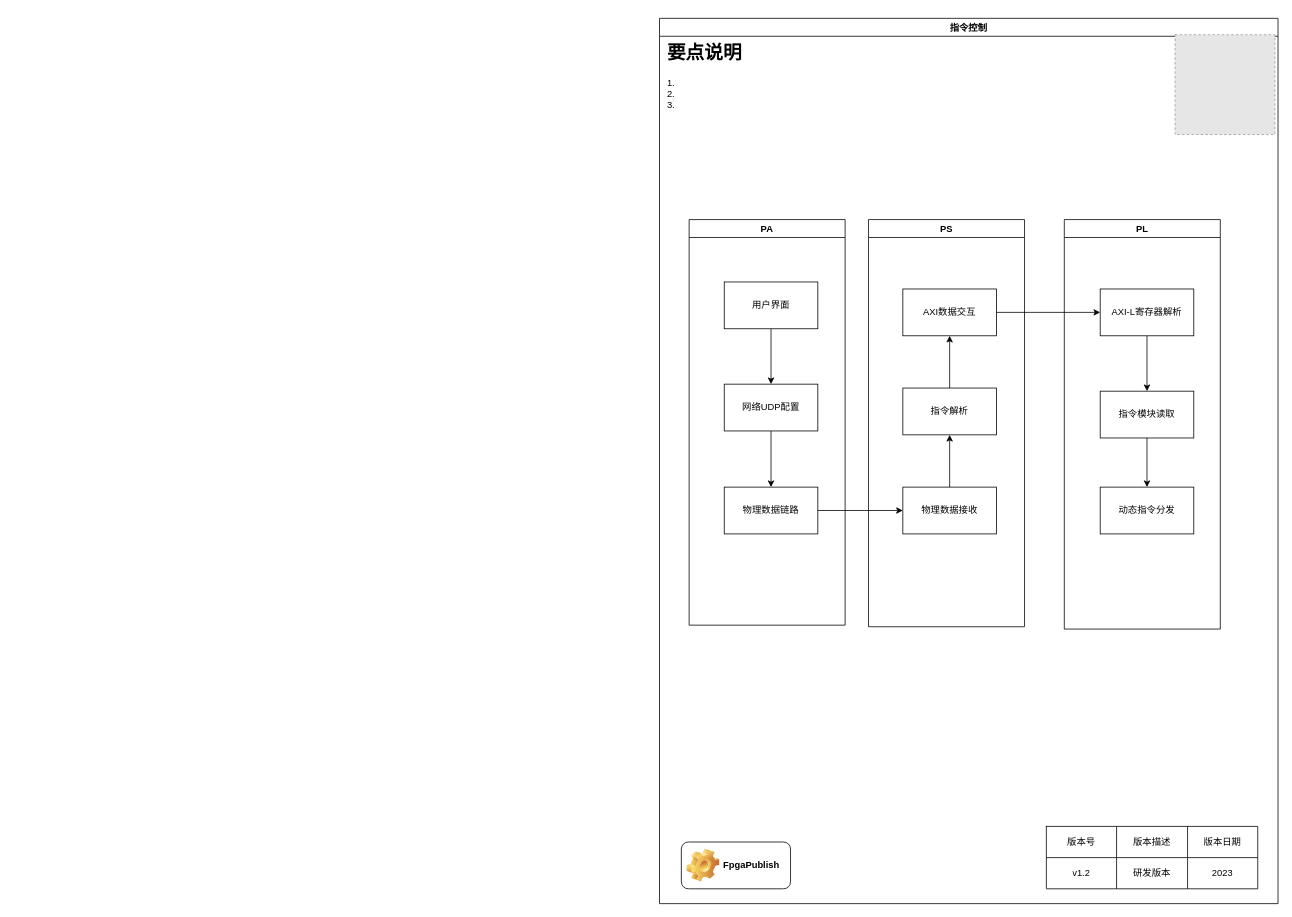
Before: page "联合功能" (5 of 5) of smart_eye_exec_flow/smart_eye_flow_mannual_v1_2.drawio in FpgaPublish/k0_smart_eye, a draw.io diagram. Source tidied: cells renumbered, new cells numbered last; positions are measured from the earlier drawing's top-left corner, leaving out a move shared by most shapes. Both pictures are drawn from the tidied source at 78%, with x=0, y=0 at pixel (659, 18). Pictures stored in the file or linked from it are replaced by grey dashed boxes.
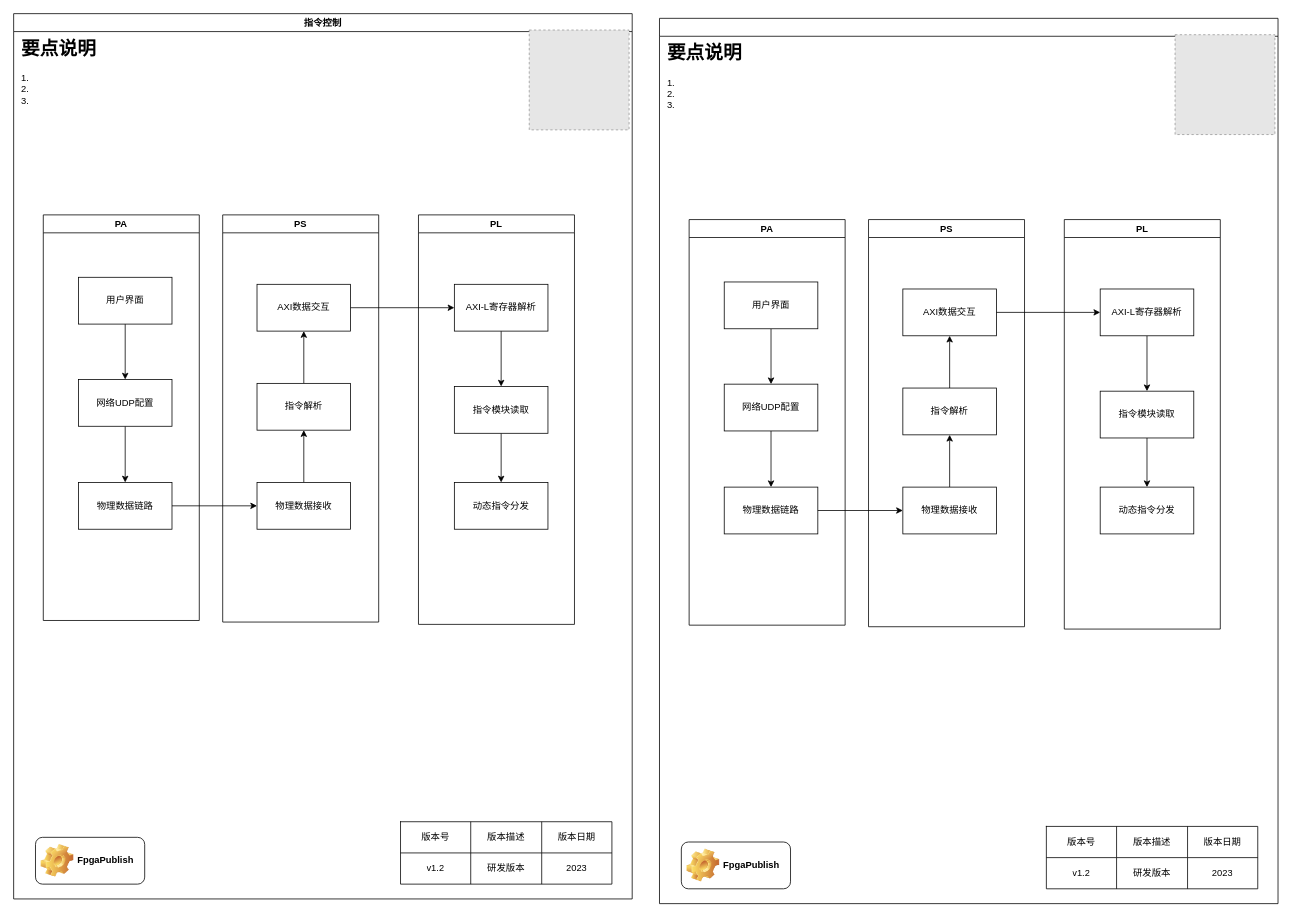
After the change.

The edit, as a diff of the source:
```diff
@@
-    <mxCell id="2" value="指令控制" style="swimlane;startSize=23;" parent="1" vertex="1">
+    <mxCell id="2" style="swimlane;startSize=23;" parent="1" vertex="1">
       <mxGeometry width="793" height="1135" as="geometry" />
     </mxCell>
@@
+    <mxCell id="35" value="指令控制" style="swimlane;startSize=23;" parent="1" vertex="1">
+      <mxGeometry x="-828" y="-6" width="793" height="1135" as="geometry" />
+    </mxCell>
+    <mxCell id="36" value="&lt;h1&gt;要点说明&lt;/h1&gt;&lt;div&gt;1.&lt;/div&gt;&lt;div&gt;2.&lt;/div&gt;&lt;div&gt;3.&lt;/div&gt;" style="text;html=1;strokeColor=none;fillColor=none;spacing=5;spacingTop=-20;whiteSpace=wrap;overflow=hidden;rounded=0;" parent="35" vertex="1">
+      <mxGeometry x="5" y="25" width="190" height="120" as="geometry" />
+    </mxCell>
+    <mxCell id="37" style="fillColor=#E6E6E6;strokeColor=#999999;dashed=1;verticalLabelPosition=bottom;labelBackgroundColor=default;verticalAlign=top;" parent="35" vertex="1">
+      <mxGeometry x="661" y="21" width="128" height="128" as="geometry" />
+    </mxCell>
+    <mxCell id="38" style="shape=table;startSize=0;childLayout=tableLayout;" parent="35" vertex="1">
+      <mxGeometry x="496" y="1036" width="271" height="80" as="geometry" />
+    </mxCell>
+    <mxCell id="39" style="shape=tableRow;horizontal=0;startSize=0;swimlaneHead=0;swimlaneBody=0;top=0;left=0;bottom=0;right=0;fillColor=none;" parent="38" vertex="1">
+      <mxGeometry width="271" height="40" as="geometry" />
+    </mxCell>
+    <mxCell id="40" value="版本号" style="shape=partialRectangle;html=1;whiteSpace=wrap;overflow=hidden;fillColor=none;top=0;left=0;bottom=0;right=0;" parent="39" vertex="1">
+      <mxGeometry width="90" height="40" as="geometry" />
+    </mxCell>
+    <mxCell id="41" value="版本描述" style="shape=partialRectangle;html=1;whiteSpace=wrap;overflow=hidden;fillColor=none;top=0;left=0;bottom=0;right=0;" parent="39" vertex="1">
+      <mxGeometry x="90" width="91" height="40" as="geometry" />
+    </mxCell>
+    <mxCell id="42" value="版本日期" style="shape=partialRectangle;html=1;whiteSpace=wrap;overflow=hidden;fillColor=none;top=0;left=0;bottom=0;right=0;" parent="39" vertex="1">
+      <mxGeometry x="181" width="90" height="40" as="geometry" />
+    </mxCell>
+    <mxCell id="43" style="shape=tableRow;horizontal=0;startSize=0;swimlaneHead=0;swimlaneBody=0;top=0;left=0;bottom=0;right=0;fillColor=none;" parent="38" vertex="1">
+      <mxGeometry y="40" width="271" height="40" as="geometry" />
+    </mxCell>
+    <mxCell id="44" value="v1.2" style="shape=partialRectangle;html=1;whiteSpace=wrap;overflow=hidden;fillColor=none;top=0;left=0;bottom=0;right=0;" parent="43" vertex="1">
+      <mxGeometry width="90" height="40" as="geometry" />
+    </mxCell>
+    <mxCell id="45" value="研发版本" style="shape=partialRectangle;html=1;whiteSpace=wrap;overflow=hidden;fillColor=none;top=0;left=0;bottom=0;right=0;" parent="43" vertex="1">
+      <mxGeometry x="90" width="91" height="40" as="geometry" />
+    </mxCell>
+    <mxCell id="46" value="2023" style="shape=partialRectangle;html=1;whiteSpace=wrap;overflow=hidden;fillColor=none;top=0;left=0;bottom=0;right=0;" parent="43" vertex="1">
+      <mxGeometry x="181" width="90" height="40" as="geometry" />
+    </mxCell>
+    <mxCell id="47" value="FpgaPublish" style="label;whiteSpace=wrap;html=1;image=img/clipart/Gear_128x128.png;" parent="35" vertex="1">
+      <mxGeometry x="28" y="1056" width="140" height="60" as="geometry" />
+    </mxCell>
+    <mxCell id="48" value="PA" style="swimlane;startSize=23;" parent="35" vertex="1">
+      <mxGeometry x="38" y="258" width="200" height="520" as="geometry" />
+    </mxCell>
+    <mxCell id="49" style="edgeStyle=orthogonalEdgeStyle;rounded=0;jettySize=auto;html=1;exitX=0.5;exitY=1;exitDx=0;exitDy=0;" parent="48" edge="1" source="50" target="52">
+      <mxGeometry relative="1" as="geometry" />
+    </mxCell>
+    <mxCell id="50" value="用户界面" style="rounded=0;whiteSpace=wrap;html=1;" parent="48" vertex="1">
+      <mxGeometry x="45" y="80" width="120" height="60" as="geometry" />
+    </mxCell>
+    <mxCell id="51" style="edgeStyle=orthogonalEdgeStyle;rounded=0;jettySize=auto;html=1;exitX=0.5;exitY=1;exitDx=0;exitDy=0;" parent="48" edge="1" source="52" target="53">
+      <mxGeometry relative="1" as="geometry" />
+    </mxCell>
+    <mxCell id="52" value="网络UDP配置" style="rounded=0;whiteSpace=wrap;html=1;" parent="48" vertex="1">
+      <mxGeometry x="45" y="211" width="120" height="60" as="geometry" />
+    </mxCell>
+    <mxCell id="53" value="物理数据链路" style="rounded=0;whiteSpace=wrap;html=1;" parent="48" vertex="1">
+      <mxGeometry x="45" y="343" width="120" height="60" as="geometry" />
+    </mxCell>
+    <mxCell id="54" value="PS" style="swimlane;" parent="35" vertex="1">
+      <mxGeometry x="268" y="258" width="200" height="522" as="geometry" />
+    </mxCell>
+    <mxCell id="55" style="edgeStyle=orthogonalEdgeStyle;rounded=0;jettySize=auto;html=1;exitX=0.5;exitY=0;exitDx=0;exitDy=0;entryX=0.5;entryY=1;entryDx=0;entryDy=0;" parent="54" edge="1" source="56" target="58">
+      <mxGeometry relative="1" as="geometry" />
+    </mxCell>
+    <mxCell id="56" value="物理数据接收" style="rounded=0;whiteSpace=wrap;html=1;" parent="54" vertex="1">
+      <mxGeometry x="44" y="343" width="120" height="60" as="geometry" />
+    </mxCell>
+    <mxCell id="57" style="edgeStyle=orthogonalEdgeStyle;rounded=0;jettySize=auto;html=1;exitX=0.5;exitY=0;exitDx=0;exitDy=0;entryX=0.5;entryY=1;entryDx=0;entryDy=0;" parent="54" edge="1" source="58" target="59">
+      <mxGeometry relative="1" as="geometry" />
+    </mxCell>
+    <mxCell id="58" value="指令解析" style="rounded=0;whiteSpace=wrap;html=1;" parent="54" vertex="1">
+      <mxGeometry x="44" y="216" width="120" height="60" as="geometry" />
+    </mxCell>
+    <mxCell id="59" value="AXI数据交互" style="rounded=0;whiteSpace=wrap;html=1;" parent="54" vertex="1">
+      <mxGeometry x="44" y="89" width="120" height="60" as="geometry" />
+    </mxCell>
+    <mxCell id="60" value="PL" style="swimlane;" parent="35" vertex="1">
+      <mxGeometry x="519" y="258" width="200" height="525" as="geometry" />
+    </mxCell>
+    <mxCell id="61" style="edgeStyle=orthogonalEdgeStyle;rounded=0;jettySize=auto;html=1;exitX=0.5;exitY=1;exitDx=0;exitDy=0;" parent="60" edge="1" source="62" target="64">
+      <mxGeometry relative="1" as="geometry" />
+    </mxCell>
+    <mxCell id="62" value="AXI-L寄存器解析" style="rounded=0;whiteSpace=wrap;html=1;" parent="60" vertex="1">
+      <mxGeometry x="46" y="89" width="120" height="60" as="geometry" />
+    </mxCell>
+    <mxCell id="63" style="edgeStyle=orthogonalEdgeStyle;rounded=0;jettySize=auto;html=1;exitX=0.5;exitY=1;exitDx=0;exitDy=0;" parent="60" edge="1" source="64" target="65">
+      <mxGeometry relative="1" as="geometry" />
+    </mxCell>
+    <mxCell id="64" value="指令模块读取" style="rounded=0;whiteSpace=wrap;html=1;" parent="60" vertex="1">
+      <mxGeometry x="46" y="220" width="120" height="60" as="geometry" />
+    </mxCell>
+    <mxCell id="65" value="动态指令分发" style="rounded=0;whiteSpace=wrap;html=1;" parent="60" vertex="1">
+      <mxGeometry x="46" y="343" width="120" height="60" as="geometry" />
+    </mxCell>
+    <mxCell id="66" style="edgeStyle=orthogonalEdgeStyle;rounded=0;jettySize=auto;html=1;exitX=1;exitY=0.5;exitDx=0;exitDy=0;" parent="35" edge="1" source="53" target="56">
+      <mxGeometry relative="1" as="geometry" />
+    </mxCell>
+    <mxCell id="67" style="edgeStyle=orthogonalEdgeStyle;rounded=0;jettySize=auto;html=1;exitX=1;exitY=0.5;exitDx=0;exitDy=0;" parent="35" edge="1" source="59" target="62">
+      <mxGeometry relative="1" as="geometry" />
+    </mxCell>
```
